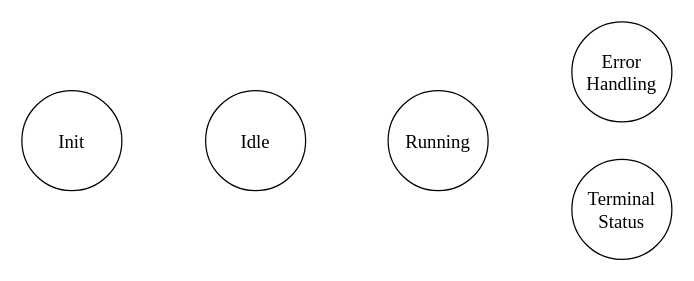
Earlier version of the draw.io diagram Local_FSM.drawio (LeonWong318/Master-thesis). Source tidied: cells renumbered, new cells numbered last; positions are measured from the earlier drawing's top-left corner, leaving out a move shared by most shapes. Both pictures are drawn from the tidied source at 125%, with x=0, y=0 at pixel (21, 21).
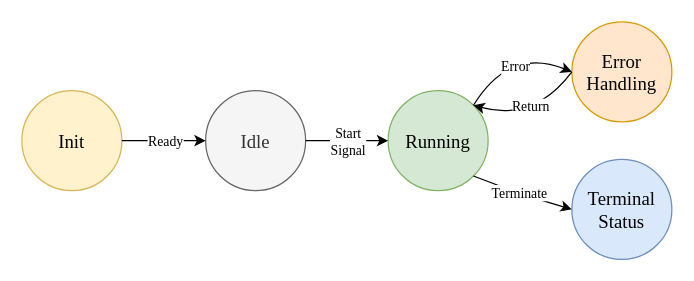
The same page after the edit.

What changed in the source:
```diff
@@
-    <mxCell id="2" value="&lt;span&gt;Running&lt;/span&gt;" style="ellipse;whiteSpace=wrap;html=1;fontFamily=Times New Roman;fontSize=15;" parent="1" vertex="1">
+    <mxCell id="2" value="&lt;span&gt;Running&lt;/span&gt;" style="ellipse;whiteSpace=wrap;html=1;fontFamily=Times New Roman;fontSize=15;fillColor=#d5e8d4;strokeColor=#82b366;" parent="1" vertex="1">
       <mxGeometry x="293" y="55" width="80" height="80" as="geometry" />
     </mxCell>
-    <mxCell id="3" value="&lt;span&gt;Idle&lt;/span&gt;" style="ellipse;whiteSpace=wrap;html=1;fontSize=15;fontFamily=Times New Roman;" parent="1" vertex="1">
+    <mxCell id="3" value="&lt;span&gt;Idle&lt;/span&gt;" style="ellipse;whiteSpace=wrap;html=1;fontSize=15;fontFamily=Times New Roman;fillColor=#f5f5f5;fontColor=#333333;strokeColor=#666666;" parent="1" vertex="1">
       <mxGeometry x="147" y="55" width="80" height="80" as="geometry" />
     </mxCell>
-    <mxCell id="4" value="&lt;span&gt;Init&lt;/span&gt;" style="ellipse;whiteSpace=wrap;html=1;fontSize=15;fontFamily=Times New Roman;" parent="1" vertex="1">
+    <mxCell id="4" value="&lt;span&gt;Init&lt;/span&gt;" style="ellipse;whiteSpace=wrap;html=1;fontSize=15;fontFamily=Times New Roman;fillColor=#fff2cc;strokeColor=#d6b656;" parent="1" vertex="1">
       <mxGeometry y="55" width="80" height="80" as="geometry" />
     </mxCell>
-    <mxCell id="5" value="&lt;font&gt;Error&lt;/font&gt;&lt;div&gt;&lt;font&gt;Handling&lt;/font&gt;&lt;/div&gt;" style="ellipse;whiteSpace=wrap;html=1;fontFamily=Times New Roman;fontSize=15;" parent="1" vertex="1">
+    <mxCell id="5" value="&lt;font&gt;Error&lt;/font&gt;&lt;div&gt;&lt;font&gt;Handling&lt;/font&gt;&lt;/div&gt;" style="ellipse;whiteSpace=wrap;html=1;fontFamily=Times New Roman;fontSize=15;fillColor=#ffe6cc;strokeColor=#d79b00;" parent="1" vertex="1">
       <mxGeometry x="440" width="80" height="80" as="geometry" />
     </mxCell>
-    <mxCell id="6" value="&lt;span&gt;Terminal&lt;/span&gt;&lt;div&gt;&lt;span&gt;Status&lt;/span&gt;&lt;/div&gt;" style="ellipse;whiteSpace=wrap;html=1;fontFamily=Times New Roman;fontSize=15;" parent="1" vertex="1">
+    <mxCell id="6" value="&lt;span&gt;Terminal&lt;/span&gt;&lt;div&gt;&lt;span&gt;Status&lt;/span&gt;&lt;/div&gt;" style="ellipse;whiteSpace=wrap;html=1;fontFamily=Times New Roman;fontSize=15;fillColor=#dae8fc;strokeColor=#6c8ebf;" parent="1" vertex="1">
       <mxGeometry x="440" y="110" width="80" height="80" as="geometry" />
     </mxCell>
+    <mxCell id="7" style="endArrow=classic;html=1;rounded=0;exitX=1;exitY=0.5;exitDx=0;exitDy=0;entryX=0;entryY=0.5;entryDx=0;entryDy=0;" parent="1" edge="1" source="4" target="3">
+      <mxGeometry relative="1" as="geometry" />
+    </mxCell>
+    <mxCell id="8" value="Ready" style="edgeLabel;html=1;align=center;verticalAlign=middle;fontFamily=Times New Roman;" parent="7" vertex="1">
+      <mxGeometry relative="1" as="geometry" />
+    </mxCell>
+    <mxCell id="9" style="endArrow=classic;html=1;rounded=0;exitX=1;exitY=0.5;exitDx=0;exitDy=0;entryX=0;entryY=0.5;entryDx=0;entryDy=0;" parent="1" edge="1" source="3" target="2">
+      <mxGeometry relative="1" as="geometry" />
+    </mxCell>
+    <mxCell id="10" value="&lt;font face=&quot;Times New Roman&quot;&gt;Start&lt;/font&gt;&lt;div&gt;&lt;font face=&quot;Times New Roman&quot;&gt;Signal&lt;/font&gt;&lt;/div&gt;" style="edgeLabel;html=1;align=center;verticalAlign=middle;" parent="9" vertex="1">
+      <mxGeometry relative="1" as="geometry" />
+    </mxCell>
+    <mxCell id="11" style="endArrow=classic;html=1;rounded=0;exitX=1;exitY=0;exitDx=0;exitDy=0;entryX=0;entryY=0.5;entryDx=0;entryDy=0;curved=1;" parent="1" edge="1" source="2" target="5">
+      <mxGeometry relative="1" as="geometry">
+        <Array as="points">
+          <mxPoint x="390" y="20" />
+        </Array>
+      </mxGeometry>
+    </mxCell>
+    <mxCell id="12" value="&lt;font face=&quot;Times New Roman&quot;&gt;Error&lt;/font&gt;" style="edgeLabel;html=1;align=center;verticalAlign=middle;" parent="11" vertex="1">
+      <mxGeometry relative="1" as="geometry">
+        <mxPoint x="5" y="15" as="offset" />
+      </mxGeometry>
+    </mxCell>
+    <mxCell id="13" style="endArrow=classic;html=1;rounded=0;exitX=0;exitY=0.5;exitDx=0;exitDy=0;entryX=1;entryY=0;entryDx=0;entryDy=0;curved=1;" parent="1" edge="1" source="5" target="2">
+      <mxGeometry relative="1" as="geometry">
+        <Array as="points">
+          <mxPoint x="410" y="80" />
+        </Array>
+      </mxGeometry>
+    </mxCell>
+    <mxCell id="14" value="&lt;font face=&quot;Times New Roman&quot;&gt;Return&lt;/font&gt;" style="edgeLabel;html=1;align=center;verticalAlign=middle;" parent="13" vertex="1">
+      <mxGeometry relative="1" as="geometry">
+        <mxPoint x="-4" y="-13" as="offset" />
+      </mxGeometry>
+    </mxCell>
+    <mxCell id="15" style="endArrow=classic;html=1;rounded=0;exitX=1;exitY=1;exitDx=0;exitDy=0;entryX=0;entryY=0.5;entryDx=0;entryDy=0;curved=0;" parent="1" edge="1" source="2" target="6">
+      <mxGeometry relative="1" as="geometry">
+        <Array as="points">
+          <mxPoint x="400" y="138" />
+        </Array>
+      </mxGeometry>
+    </mxCell>
+    <mxCell id="16" value="&lt;font face=&quot;Times New Roman&quot;&gt;Terminate&lt;/font&gt;" style="edgeLabel;html=1;align=center;verticalAlign=middle;" parent="15" vertex="1">
+      <mxGeometry relative="1" as="geometry">
+        <mxPoint x="-3" y="-2" as="offset" />
+      </mxGeometry>
+    </mxCell>
```
